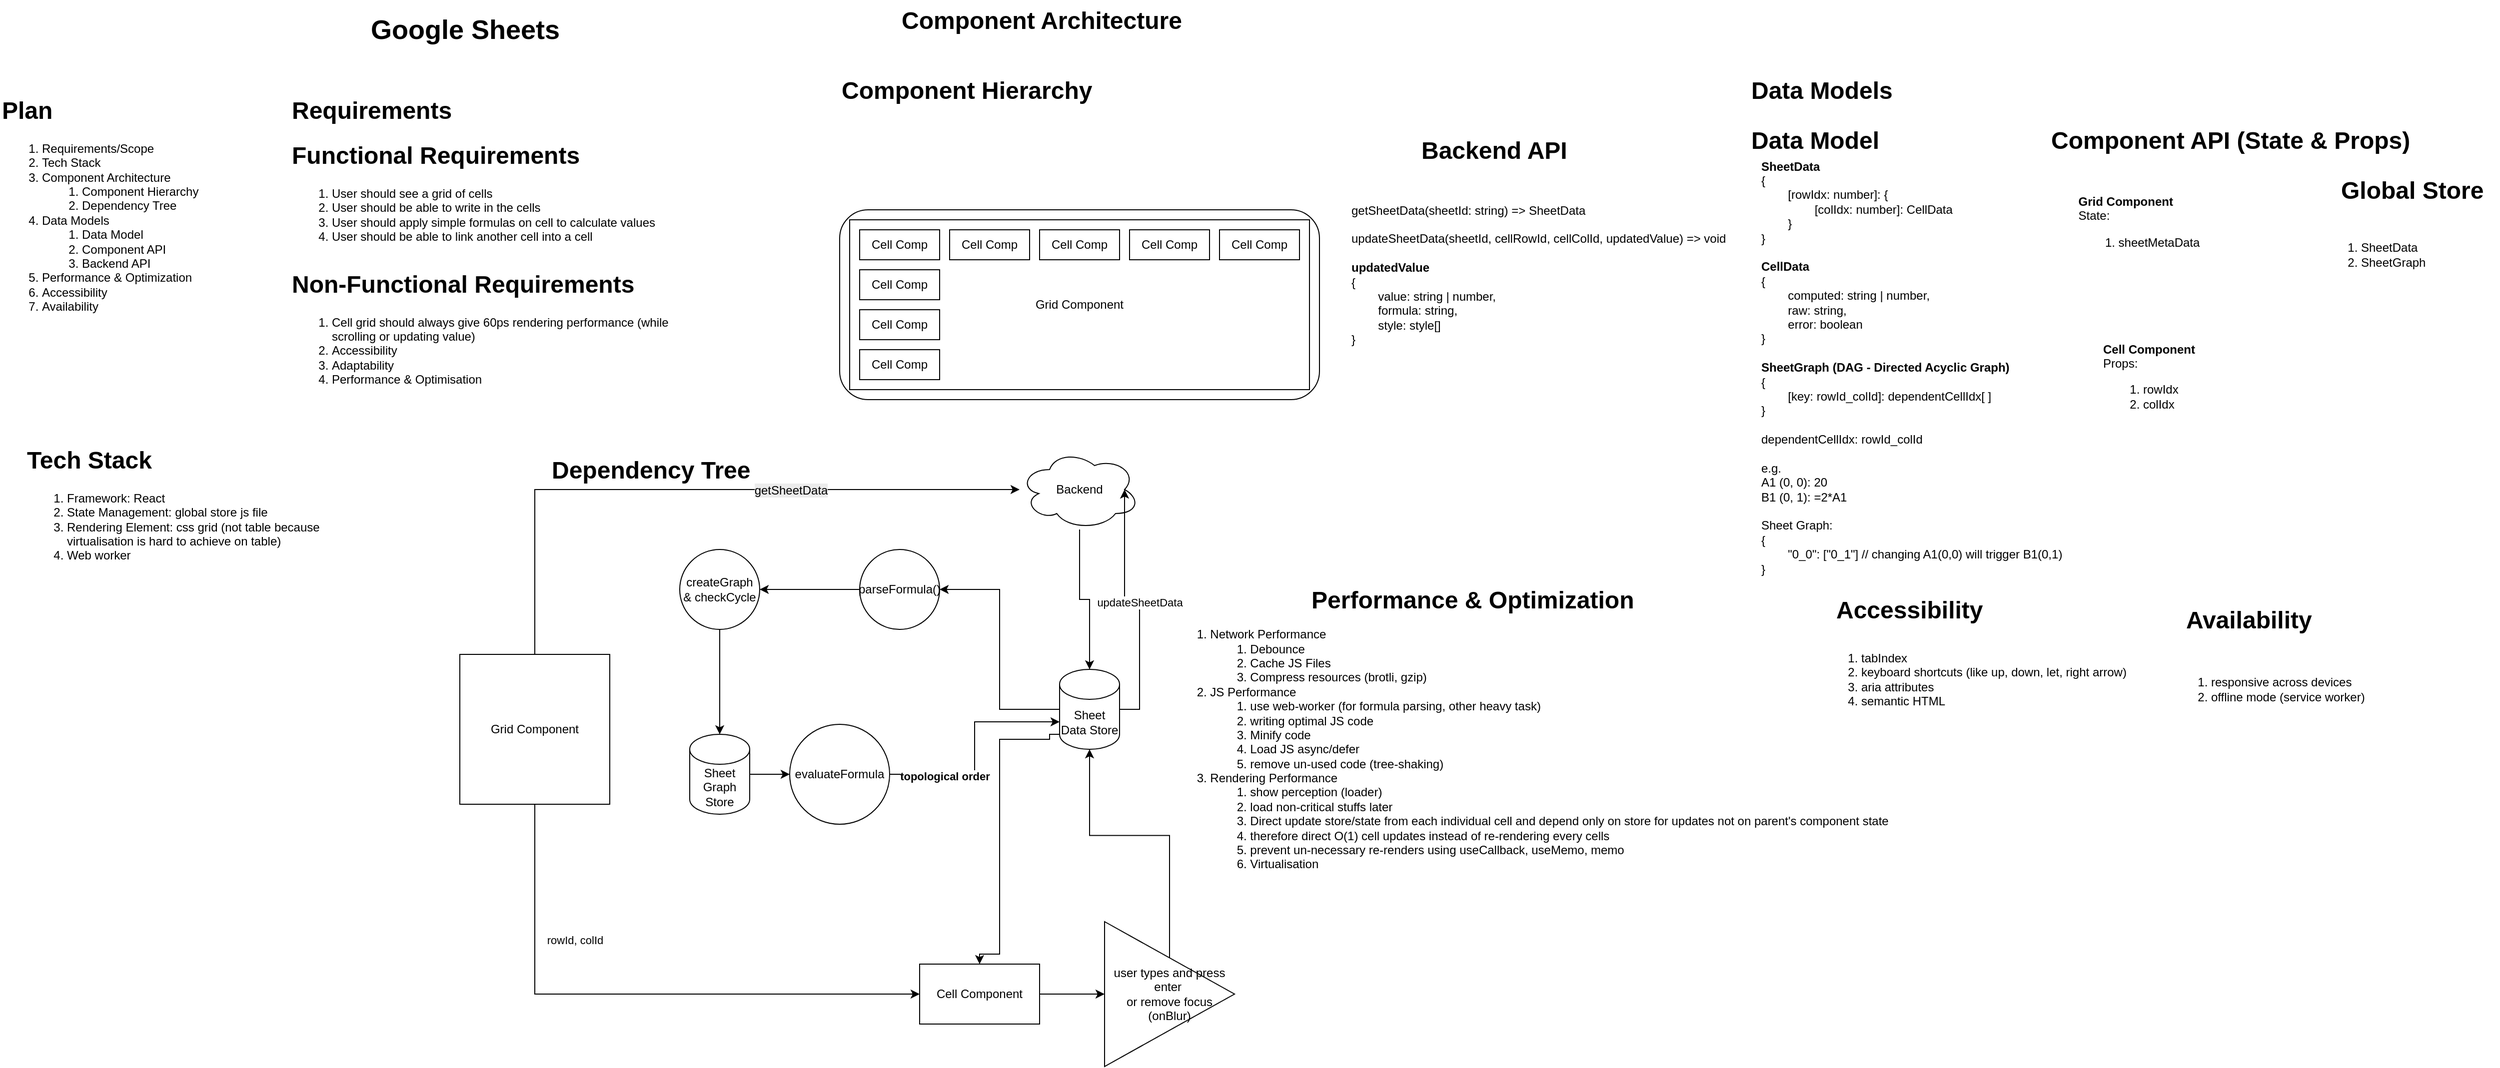
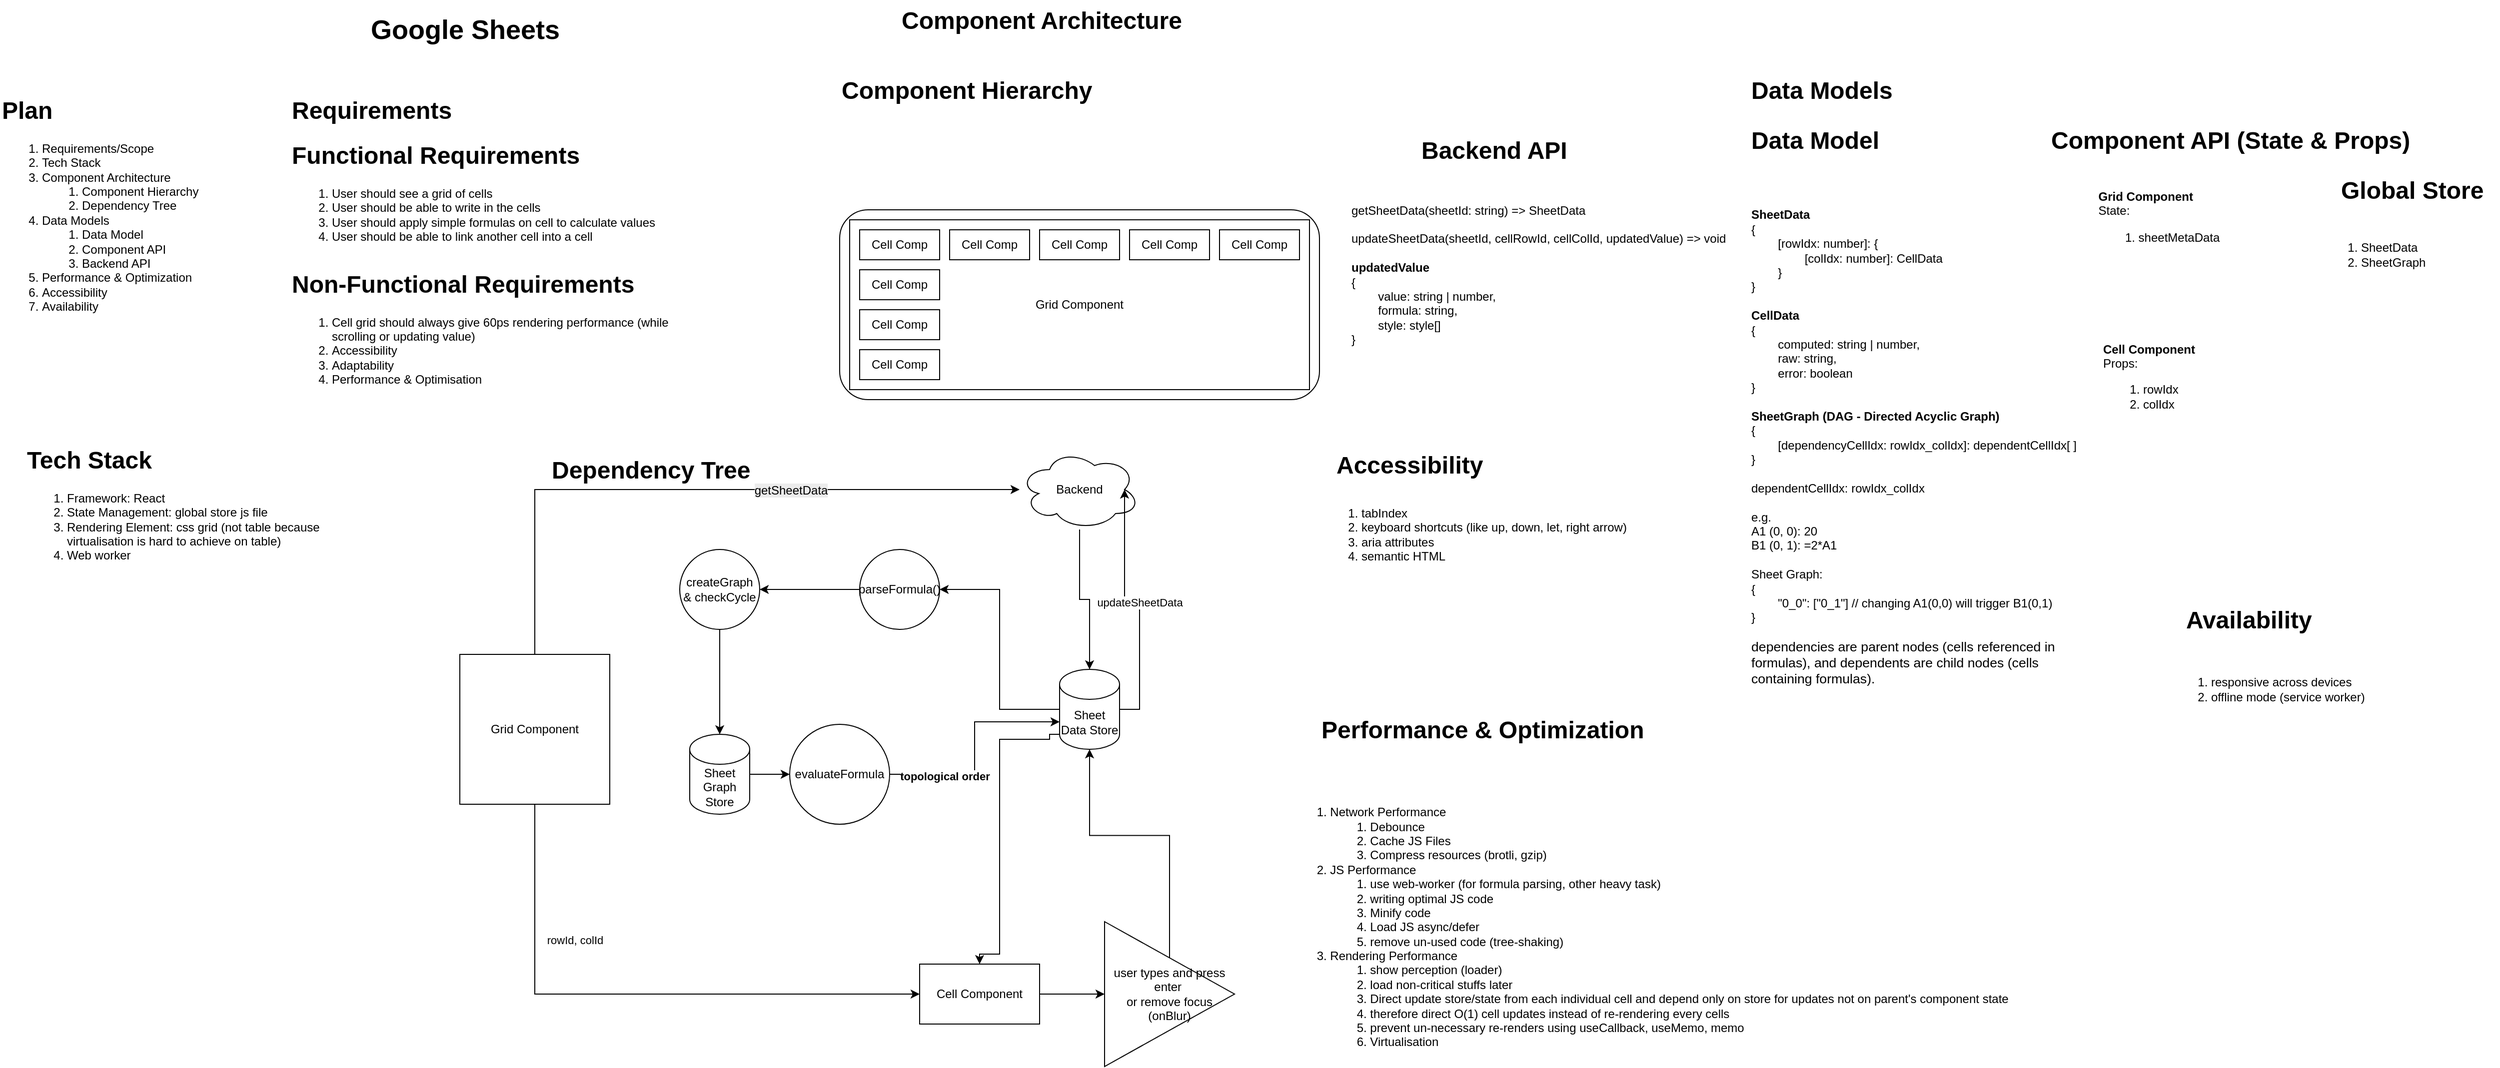
<mxfile host="app.diagrams.net">
  <diagram name="Page-1" id="GZXPSmaVhjIoUHQAW1LW">
-     <mxGraphModel dx="1991" dy="1400" grid="1" gridSize="10" guides="1" tooltips="1" connect="1" arrows="1" fold="1" page="1" pageScale="1" pageWidth="850" pageHeight="1100" math="0" shadow="0">
+     <mxGraphModel dx="2157" dy="1517" grid="1" gridSize="10" guides="1" tooltips="1" connect="1" arrows="1" fold="1" page="1" pageScale="1" pageWidth="850" pageHeight="1100" math="0" shadow="0">
      <root>
        <mxCell id="0" />
        <mxCell id="1" parent="0" />
        <mxCell id="v2OB34sA-GqR4EwWEd6K-1" parent="1" style="text;strokeColor=none;fillColor=none;html=1;fontSize=27;fontStyle=1;verticalAlign=middle;align=center;autosizeText=1;" value="Google Sheets" vertex="1">
          <mxGeometry height="40" width="230" x="360" y="10" as="geometry" />
        </mxCell>
        <mxCell id="v2OB34sA-GqR4EwWEd6K-2" parent="1" style="text;html=1;whiteSpace=wrap;overflow=hidden;rounded=0;" value="&lt;h1 style=&quot;margin-top: 0px;&quot;&gt;Requirements&lt;/h1&gt;&lt;h1 style=&quot;margin-top: 0px;&quot;&gt;Functional Requirements&lt;/h1&gt;&lt;div&gt;&lt;ol&gt;&lt;li&gt;User should see a grid of cells&lt;/li&gt;&lt;li&gt;User should be able to write in the cells&lt;/li&gt;&lt;li&gt;User should apply simple formulas on cell to calculate values&lt;/li&gt;&lt;li&gt;User should be able to link another cell into a cell&lt;/li&gt;&lt;/ol&gt;&lt;div&gt;&lt;br&gt;&lt;/div&gt;&lt;/div&gt;&lt;div&gt;&lt;h1 style=&quot;margin-top: 0px;&quot;&gt;Non-Functional Requirements&lt;/h1&gt;&lt;div&gt;&lt;ol&gt;&lt;li&gt;Cell grid should always give 60ps rendering performance (while scrolling or updating value)&lt;/li&gt;&lt;li&gt;Accessibility&lt;/li&gt;&lt;li&gt;Adaptability&lt;/li&gt;&lt;li&gt;Performance &amp;amp; Optimisation&lt;/li&gt;&lt;/ol&gt;&lt;/div&gt;&lt;div&gt;&lt;ol&gt;&lt;/ol&gt;&lt;/div&gt;&lt;/div&gt;" vertex="1">
          <mxGeometry height="370" width="390" x="300" y="90" as="geometry" />
        </mxCell>
        <mxCell id="v2OB34sA-GqR4EwWEd6K-3" parent="1" style="text;html=1;whiteSpace=wrap;overflow=hidden;rounded=0;" value="&lt;h1 style=&quot;margin-top: 0px;&quot;&gt;Plan&lt;/h1&gt;&lt;p&gt;&lt;/p&gt;&lt;ol&gt;&lt;li&gt;Requirements/Scope&lt;/li&gt;&lt;li&gt;Tech Stack&lt;/li&gt;&lt;li&gt;Component Architecture&lt;/li&gt;&lt;ol&gt;&lt;li&gt;Component Hierarchy&lt;/li&gt;&lt;li&gt;Dependency Tree&lt;/li&gt;&lt;/ol&gt;&lt;li&gt;Data Models&lt;/li&gt;&lt;ol&gt;&lt;li&gt;Data Model&lt;/li&gt;&lt;li&gt;Component API&lt;/li&gt;&lt;li&gt;Backend API&lt;/li&gt;&lt;/ol&gt;&lt;li&gt;Performance &amp;amp; Optimization&amp;nbsp;&lt;/li&gt;&lt;li&gt;Accessibility&lt;/li&gt;&lt;li&gt;Availability&lt;/li&gt;&lt;/ol&gt;&lt;p&gt;&lt;/p&gt;" vertex="1">
          <mxGeometry height="230" width="230" x="10" y="90" as="geometry" />
        </mxCell>
        <mxCell id="v2OB34sA-GqR4EwWEd6K-4" parent="1" style="text;html=1;whiteSpace=wrap;overflow=hidden;rounded=0;" value="&lt;h1 style=&quot;margin-top: 0px;&quot;&gt;Tech Stack&lt;/h1&gt;&lt;p&gt;&lt;/p&gt;&lt;ol&gt;&lt;li&gt;Framework: React&lt;/li&gt;&lt;li&gt;State Management: global store js file&lt;/li&gt;&lt;li&gt;Rendering Element: css grid (not table because virtualisation is hard to achieve on table)&lt;/li&gt;&lt;li&gt;Web worker&lt;/li&gt;&lt;/ol&gt;&lt;p&gt;&lt;/p&gt;" vertex="1">
          <mxGeometry height="180" width="305" x="35" y="440" as="geometry" />
        </mxCell>
        <mxCell id="v2OB34sA-GqR4EwWEd6K-5" parent="1" style="text;whiteSpace=wrap;html=1;" value="&lt;h1 style=&quot;caret-color: rgb(0, 0, 0); color: rgb(0, 0, 0); font-family: Helvetica; font-style: normal; font-variant-caps: normal; letter-spacing: normal; orphans: 2; text-align: left; text-indent: 0px; text-transform: none; white-space: normal; widows: 2; word-spacing: 0px; -webkit-text-stroke-width: 0px; text-decoration-line: none; text-decoration-thickness: auto; text-decoration-style: solid; margin-top: 0px;&quot;&gt;Component Architecture&amp;nbsp;&lt;/h1&gt;" vertex="1">
          <mxGeometry height="40" width="310" x="910" as="geometry" />
        </mxCell>
        <mxCell id="v2OB34sA-GqR4EwWEd6K-6" parent="1" style="text;whiteSpace=wrap;html=1;" value="&lt;h1 style=&quot;caret-color: rgb(0, 0, 0); color: rgb(0, 0, 0); font-family: Helvetica; font-style: normal; font-variant-caps: normal; letter-spacing: normal; orphans: 2; text-align: left; text-indent: 0px; text-transform: none; white-space: normal; widows: 2; word-spacing: 0px; -webkit-text-stroke-width: 0px; text-decoration-line: none; text-decoration-thickness: auto; text-decoration-style: solid; margin-top: 0px;&quot;&gt;Component Hierarchy &amp;nbsp;&lt;/h1&gt;" vertex="1">
          <mxGeometry height="40" width="310" x="850" y="70" as="geometry" />
        </mxCell>
        <mxCell id="v2OB34sA-GqR4EwWEd6K-7" parent="1" style="rounded=1;whiteSpace=wrap;html=1;" value="" vertex="1">
          <mxGeometry height="190" width="480" x="850" y="210" as="geometry" />
        </mxCell>
        <mxCell id="v2OB34sA-GqR4EwWEd6K-9" parent="1" style="rounded=0;whiteSpace=wrap;html=1;" value="Grid Component" vertex="1">
          <mxGeometry height="170" width="460" x="860" y="220" as="geometry" />
        </mxCell>
        <mxCell id="v2OB34sA-GqR4EwWEd6K-11" parent="1" style="rounded=0;whiteSpace=wrap;html=1;" value="Cell Comp" vertex="1">
          <mxGeometry height="30" width="80" x="870" y="230" as="geometry" />
        </mxCell>
        <mxCell id="v2OB34sA-GqR4EwWEd6K-12" parent="1" style="rounded=0;whiteSpace=wrap;html=1;" value="Cell Comp" vertex="1">
          <mxGeometry height="30" width="80" x="960" y="230" as="geometry" />
        </mxCell>
        <mxCell id="v2OB34sA-GqR4EwWEd6K-13" parent="1" style="rounded=0;whiteSpace=wrap;html=1;" value="Cell Comp" vertex="1">
          <mxGeometry height="30" width="80" x="1050" y="230" as="geometry" />
        </mxCell>
        <mxCell id="v2OB34sA-GqR4EwWEd6K-14" parent="1" style="rounded=0;whiteSpace=wrap;html=1;" value="Cell Comp" vertex="1">
          <mxGeometry height="30" width="80" x="1140" y="230" as="geometry" />
        </mxCell>
        <mxCell id="v2OB34sA-GqR4EwWEd6K-15" parent="1" style="rounded=0;whiteSpace=wrap;html=1;" value="Cell Comp" vertex="1">
          <mxGeometry height="30" width="80" x="1230" y="230" as="geometry" />
        </mxCell>
        <mxCell id="v2OB34sA-GqR4EwWEd6K-16" parent="1" style="rounded=0;whiteSpace=wrap;html=1;" value="Cell Comp" vertex="1">
          <mxGeometry height="30" width="80" x="870" y="270" as="geometry" />
        </mxCell>
        <mxCell id="v2OB34sA-GqR4EwWEd6K-17" parent="1" style="rounded=0;whiteSpace=wrap;html=1;" value="Cell Comp" vertex="1">
          <mxGeometry height="30" width="80" x="870" y="310" as="geometry" />
        </mxCell>
        <mxCell id="v2OB34sA-GqR4EwWEd6K-18" parent="1" style="rounded=0;whiteSpace=wrap;html=1;" value="Cell Comp" vertex="1">
          <mxGeometry height="30" width="80" x="870" y="350" as="geometry" />
        </mxCell>
        <mxCell id="v2OB34sA-GqR4EwWEd6K-19" parent="1" style="text;whiteSpace=wrap;html=1;" value="&lt;h1 style=&quot;caret-color: rgb(0, 0, 0); color: rgb(0, 0, 0); font-family: Helvetica; font-style: normal; font-variant-caps: normal; letter-spacing: normal; orphans: 2; text-align: left; text-indent: 0px; text-transform: none; white-space: normal; widows: 2; word-spacing: 0px; -webkit-text-stroke-width: 0px; text-decoration-line: none; text-decoration-thickness: auto; text-decoration-style: solid; margin-top: 0px;&quot;&gt;Dependency Tree&lt;/h1&gt;" vertex="1">
          <mxGeometry height="40" width="220" x="560" y="450" as="geometry" />
        </mxCell>
        <mxCell id="v2OB34sA-GqR4EwWEd6K-20" parent="1" style="text;whiteSpace=wrap;html=1;" value="&lt;h1 style=&quot;caret-color: rgb(0, 0, 0); color: rgb(0, 0, 0); font-family: Helvetica; font-style: normal; font-variant-caps: normal; letter-spacing: normal; orphans: 2; text-align: left; text-indent: 0px; text-transform: none; white-space: normal; widows: 2; word-spacing: 0px; -webkit-text-stroke-width: 0px; text-decoration-line: none; text-decoration-thickness: auto; text-decoration-style: solid; margin-top: 0px;&quot;&gt;Data Models&lt;/h1&gt;" vertex="1">
          <mxGeometry height="40" width="310" x="1760" y="70" as="geometry" />
        </mxCell>
        <mxCell id="v2OB34sA-GqR4EwWEd6K-21" parent="1" style="text;whiteSpace=wrap;html=1;" value="&lt;h1 style=&quot;caret-color: rgb(0, 0, 0); color: rgb(0, 0, 0); font-family: Helvetica; font-style: normal; font-variant-caps: normal; letter-spacing: normal; orphans: 2; text-align: left; text-indent: 0px; text-transform: none; white-space: normal; widows: 2; word-spacing: 0px; -webkit-text-stroke-width: 0px; text-decoration-line: none; text-decoration-thickness: auto; text-decoration-style: solid; margin-top: 0px;&quot;&gt;Backend API&lt;/h1&gt;" vertex="1">
          <mxGeometry height="40" width="310" x="1430" y="130" as="geometry" />
        </mxCell>
        <mxCell id="v2OB34sA-GqR4EwWEd6K-22" parent="1" style="text;html=1;whiteSpace=wrap;strokeColor=none;fillColor=none;align=left;verticalAlign=middle;rounded=0;autosize=1;resizable=0;" value="&lt;div&gt;getSheetData(sheetId: string) =&amp;gt;&amp;nbsp;SheetData&lt;/div&gt;&lt;div&gt;&lt;br&gt;&lt;/div&gt;&lt;div&gt;updateSheetData(sheetId, cellRowId, cellColId, updatedValue) =&amp;gt; void&lt;/div&gt;&lt;div&gt;&lt;br&gt;&lt;/div&gt;&lt;div&gt;&lt;b&gt;updatedValue&lt;/b&gt;&lt;br&gt;&lt;/div&gt;&lt;div&gt;{&lt;/div&gt;&lt;div&gt;&lt;span style=&quot;white-space: pre;&quot;&gt;&#x9;&lt;/span&gt;&lt;span style=&quot;white-space: pre;&quot;&gt;value: string | number,&lt;/span&gt;&lt;br&gt;&lt;/div&gt;&lt;div&gt;&lt;span style=&quot;white-space: pre;&quot;&gt;&#x9;formula: string,&lt;/span&gt;&lt;/div&gt;&lt;div&gt;&lt;span style=&quot;white-space: pre;&quot;&gt;&#x9;style: style[]&lt;/span&gt;&lt;/div&gt;&lt;div&gt;}&lt;/div&gt;" vertex="1">
          <mxGeometry height="150" width="400" x="1360" y="200" as="geometry" />
        </mxCell>
        <mxCell id="v2OB34sA-GqR4EwWEd6K-24" parent="1" style="text;whiteSpace=wrap;html=1;" value="&lt;h1 style=&quot;caret-color: rgb(0, 0, 0); color: rgb(0, 0, 0); font-family: Helvetica; font-style: normal; font-variant-caps: normal; letter-spacing: normal; orphans: 2; text-align: left; text-indent: 0px; text-transform: none; white-space: normal; widows: 2; word-spacing: 0px; -webkit-text-stroke-width: 0px; text-decoration-line: none; text-decoration-thickness: auto; text-decoration-style: solid; margin-top: 0px;&quot;&gt;Data Model&lt;/h1&gt;" vertex="1">
          <mxGeometry height="40" width="180" x="1760" y="120" as="geometry" />
        </mxCell>
-         <mxCell id="v2OB34sA-GqR4EwWEd6K-25" parent="1" style="text;html=1;whiteSpace=wrap;strokeColor=none;fillColor=none;align=left;verticalAlign=middle;rounded=0;" value="&lt;div&gt;&lt;b&gt;SheetData&lt;/b&gt;&lt;/div&gt;{&lt;br&gt;&lt;div&gt;&lt;span style=&quot;white-space: pre;&quot;&gt;&#x9;[rowIdx: number]: {&lt;/span&gt;&lt;/div&gt;&lt;div&gt;&lt;span style=&quot;white-space: pre;&quot;&gt;&#x9;&#x9;[colIdx&lt;/span&gt;&lt;span style=&quot;white-space: pre;&quot;&gt;: number&lt;/span&gt;&lt;span style=&quot;white-space: pre;&quot;&gt;]: &lt;/span&gt;CellData&lt;/div&gt;&lt;div&gt;&lt;span style=&quot;white-space: pre;&quot;&gt;&#x9;}&lt;/span&gt;&lt;/div&gt;&lt;div&gt;}&lt;/div&gt;&lt;div&gt;&lt;br&gt;&lt;/div&gt;&lt;div&gt;&lt;b&gt;CellData&lt;/b&gt;&lt;/div&gt;&lt;div&gt;&lt;div&gt;&lt;span style=&quot;white-space: pre;&quot;&gt;{&lt;/span&gt;&lt;/div&gt;&lt;/div&gt;&lt;div&gt;&lt;span style=&quot;white-space: pre;&quot;&gt;&#x9;computed: string | number,&lt;/span&gt;&lt;br&gt;&lt;/div&gt;&lt;div&gt;&lt;span style=&quot;white-space: pre;&quot;&gt;&#x9;raw: string,&lt;/span&gt;&lt;br&gt;&lt;/div&gt;&lt;div&gt;&lt;span style=&quot;white-space: pre;&quot;&gt;&#x9;&lt;/span&gt;&lt;span style=&quot;white-space: pre;&quot;&gt;error: boolean&lt;/span&gt;&lt;br&gt;&lt;/div&gt;&lt;div&gt;&lt;div&gt;&lt;span style=&quot;white-space: pre;&quot;&gt;}&lt;/span&gt;&lt;/div&gt;&lt;/div&gt;&lt;div&gt;&lt;br&gt;&lt;/div&gt;&lt;div&gt;&lt;b&gt;SheetGraph (DAG - Directed Acyclic Graph)&lt;/b&gt;&lt;/div&gt;&lt;div&gt;{&lt;/div&gt;&lt;div&gt;&lt;span style=&quot;white-space: pre;&quot;&gt;&#x9;[key: rowId_colId]: dependentCellIdx[ ]&lt;/span&gt;&lt;br&gt;&lt;/div&gt;&lt;div&gt;}&lt;/div&gt;&lt;div&gt;&lt;br&gt;&lt;/div&gt;&lt;div&gt;&lt;span style=&quot;white-space: pre;&quot;&gt;dependentCellIdx: &lt;/span&gt;&lt;span style=&quot;white-space: pre;&quot;&gt;rowId_colId&lt;/span&gt;&lt;/div&gt;&lt;div&gt;&lt;span style=&quot;white-space: pre;&quot;&gt;&lt;br&gt;&lt;/span&gt;&lt;/div&gt;&lt;div&gt;&lt;span style=&quot;white-space: pre;&quot;&gt;e.g.&lt;/span&gt;&lt;/div&gt;&lt;div&gt;&lt;span style=&quot;white-space: pre;&quot;&gt;A1 (0, 0): 20&lt;/span&gt;&lt;/div&gt;&lt;div&gt;&lt;span style=&quot;white-space: pre;&quot;&gt;B1 (0, 1): =2*A1&lt;/span&gt;&lt;/div&gt;&lt;div&gt;&lt;span style=&quot;white-space: pre;&quot;&gt;&lt;br&gt;&lt;/span&gt;&lt;/div&gt;&lt;div&gt;&lt;span style=&quot;white-space: pre;&quot;&gt;Sheet Graph: &lt;/span&gt;&lt;/div&gt;&lt;div&gt;&lt;span style=&quot;white-space: pre;&quot;&gt;{&lt;/span&gt;&lt;/div&gt;&lt;div&gt;&lt;span style=&quot;white-space: pre;&quot;&gt;&lt;span style=&quot;white-space: pre;&quot;&gt;&#x9;&quot;0_0&quot;: [&quot;0_1&quot;] // changing A1(0,0) will trigger B1(0,1)&lt;/span&gt;&lt;br&gt;&lt;/span&gt;&lt;/div&gt;&lt;div&gt;&lt;span style=&quot;white-space: pre;&quot;&gt;}&lt;/span&gt;&lt;/div&gt;&lt;div&gt;&lt;span style=&quot;white-space: pre;&quot;&gt;&lt;br&gt;&lt;/span&gt;&lt;/div&gt;" vertex="1">
-           <mxGeometry height="370" width="310" x="1770" y="190" as="geometry" />
+         <mxCell id="v2OB34sA-GqR4EwWEd6K-25" parent="1" style="text;html=1;whiteSpace=wrap;strokeColor=none;fillColor=none;align=left;verticalAlign=middle;rounded=0;" value="&lt;div&gt;&lt;b&gt;SheetData&lt;/b&gt;&lt;/div&gt;{&lt;br&gt;&lt;div&gt;&lt;span style=&quot;white-space: pre;&quot;&gt;&#x9;[rowIdx: number]: {&lt;/span&gt;&lt;/div&gt;&lt;div&gt;&lt;span style=&quot;white-space: pre;&quot;&gt;&#x9;&#x9;[colIdx&lt;/span&gt;&lt;span style=&quot;white-space: pre;&quot;&gt;: number&lt;/span&gt;&lt;span style=&quot;white-space: pre;&quot;&gt;]: &lt;/span&gt;CellData&lt;/div&gt;&lt;div&gt;&lt;span style=&quot;white-space: pre;&quot;&gt;&#x9;}&lt;/span&gt;&lt;/div&gt;&lt;div&gt;}&lt;/div&gt;&lt;div&gt;&lt;br&gt;&lt;/div&gt;&lt;div&gt;&lt;b&gt;CellData&lt;/b&gt;&lt;/div&gt;&lt;div&gt;&lt;div&gt;&lt;span style=&quot;white-space: pre;&quot;&gt;{&lt;/span&gt;&lt;/div&gt;&lt;/div&gt;&lt;div&gt;&lt;span style=&quot;white-space: pre;&quot;&gt;&#x9;computed: string | number,&lt;/span&gt;&lt;br&gt;&lt;/div&gt;&lt;div&gt;&lt;span style=&quot;white-space: pre;&quot;&gt;&#x9;raw: string,&lt;/span&gt;&lt;br&gt;&lt;/div&gt;&lt;div&gt;&lt;span style=&quot;white-space: pre;&quot;&gt;&#x9;&lt;/span&gt;&lt;span style=&quot;white-space: pre;&quot;&gt;error: boolean&lt;/span&gt;&lt;br&gt;&lt;/div&gt;&lt;div&gt;&lt;div&gt;&lt;span style=&quot;white-space: pre;&quot;&gt;}&lt;/span&gt;&lt;/div&gt;&lt;/div&gt;&lt;div&gt;&lt;br&gt;&lt;/div&gt;&lt;div&gt;&lt;b&gt;SheetGraph (DAG - Directed Acyclic Graph)&lt;/b&gt;&lt;/div&gt;&lt;div&gt;{&lt;/div&gt;&lt;div&gt;&lt;span style=&quot;white-space: pre;&quot;&gt;&#x9;[dependencyCellIdx: rowIdx_colIdx]: dependentCellIdx[ ]&lt;/span&gt;&lt;br&gt;&lt;/div&gt;&lt;div&gt;}&lt;/div&gt;&lt;div&gt;&lt;br&gt;&lt;/div&gt;&lt;div&gt;&lt;span style=&quot;white-space: pre;&quot;&gt;dependentCellIdx: &lt;/span&gt;&lt;span style=&quot;white-space: pre;&quot;&gt;rowIdx_colIdx&lt;/span&gt;&lt;/div&gt;&lt;div&gt;&lt;span style=&quot;white-space: pre;&quot;&gt;&lt;br&gt;&lt;/span&gt;&lt;/div&gt;&lt;div&gt;&lt;span style=&quot;white-space: pre;&quot;&gt;e.g.&lt;/span&gt;&lt;/div&gt;&lt;div&gt;&lt;span style=&quot;white-space: pre;&quot;&gt;A1 (0, 0): 20&lt;/span&gt;&lt;/div&gt;&lt;div&gt;&lt;span style=&quot;white-space: pre;&quot;&gt;B1 (0, 1): =2*A1&lt;/span&gt;&lt;/div&gt;&lt;div&gt;&lt;span style=&quot;white-space: pre;&quot;&gt;&lt;br&gt;&lt;/span&gt;&lt;/div&gt;&lt;div&gt;&lt;span style=&quot;white-space: pre;&quot;&gt;Sheet Graph: &lt;/span&gt;&lt;/div&gt;&lt;div&gt;&lt;span style=&quot;white-space: pre;&quot;&gt;{&lt;/span&gt;&lt;/div&gt;&lt;div&gt;&lt;span style=&quot;white-space: pre;&quot;&gt;&lt;span style=&quot;white-space: pre;&quot;&gt;&#x9;&quot;0_0&quot;: [&quot;0_1&quot;] // changing A1(0,0) will trigger B1(0,1)&lt;/span&gt;&lt;br&gt;&lt;/span&gt;&lt;/div&gt;&lt;div&gt;&lt;span style=&quot;white-space: pre;&quot;&gt;}&lt;/span&gt;&lt;/div&gt;&lt;div&gt;&lt;span style=&quot;white-space: pre;&quot;&gt;&lt;br&gt;&lt;/span&gt;&lt;/div&gt;&lt;div&gt;&lt;span id=&quot;docs-internal-guid-1a69c4c2-7fff-7107-845b-090d13f4a143&quot;&gt;&lt;span style=&quot;font-size: 10pt; font-family: Arial, sans-serif; font-variant-ligatures: normal; font-variant-alternates: normal; font-variant-numeric: normal; font-variant-east-asian: normal; font-variant-position: normal; vertical-align: baseline; white-space: pre-wrap;&quot;&gt;dependencies are parent nodes (cells referenced in formulas), and dependents are child nodes (cells containing formulas).&lt;/span&gt;&lt;/span&gt;&lt;span style=&quot;white-space: pre;&quot;&gt;&lt;br&gt;&lt;/span&gt;&lt;/div&gt;&lt;div&gt;&lt;span style=&quot;white-space: pre;&quot;&gt;&lt;br&gt;&lt;/span&gt;&lt;/div&gt;" vertex="1">
+           <mxGeometry height="540" width="330" x="1760" y="185" as="geometry" />
        </mxCell>
        <mxCell id="v2OB34sA-GqR4EwWEd6K-27" parent="1" style="text;whiteSpace=wrap;html=1;" value="&lt;h1 style=&quot;caret-color: rgb(0, 0, 0); color: rgb(0, 0, 0); font-family: Helvetica; font-style: normal; font-variant-caps: normal; letter-spacing: normal; orphans: 2; text-align: left; text-indent: 0px; text-transform: none; white-space: normal; widows: 2; word-spacing: 0px; -webkit-text-stroke-width: 0px; text-decoration-line: none; text-decoration-thickness: auto; text-decoration-style: solid; margin-top: 0px;&quot;&gt;Component API (State &amp;amp; Props)&lt;/h1&gt;" vertex="1">
          <mxGeometry height="40" width="370" x="2060" y="120" as="geometry" />
        </mxCell>
        <mxCell id="v2OB34sA-GqR4EwWEd6K-30" parent="1" style="text;html=1;whiteSpace=wrap;strokeColor=none;fillColor=none;align=center;verticalAlign=middle;rounded=0;autosize=1;resizable=0;" value="&lt;div style=&quot;text-align: left;&quot;&gt;&lt;b&gt;Grid Component&lt;/b&gt;&lt;/div&gt;&lt;div style=&quot;text-align: left;&quot;&gt;State:&lt;/div&gt;&lt;div style=&quot;text-align: left;&quot;&gt;&lt;ol&gt;&lt;li&gt;sheetMetaData&lt;/li&gt;&lt;/ol&gt;&lt;/div&gt;&lt;div&gt;&lt;br&gt;&lt;/div&gt;" vertex="1">
-           <mxGeometry height="90" width="140" x="2080" y="190" as="geometry" />
+           <mxGeometry height="90" width="140" x="2100" y="185" as="geometry" />
        </mxCell>
        <mxCell id="v2OB34sA-GqR4EwWEd6K-32" parent="1" style="text;html=1;whiteSpace=wrap;strokeColor=none;fillColor=none;align=center;verticalAlign=middle;rounded=0;autosize=1;resizable=0;" value="&lt;div style=&quot;text-align: left;&quot;&gt;&lt;b&gt;Cell Component&lt;/b&gt;&lt;/div&gt;&lt;div style=&quot;text-align: left;&quot;&gt;Props:&lt;br&gt;&lt;/div&gt;&lt;div style=&quot;&quot;&gt;&lt;ol&gt;&lt;li style=&quot;text-align: left;&quot;&gt;rowIdx&lt;/li&gt;&lt;li style=&quot;text-align: left;&quot;&gt;colIdx&lt;/li&gt;&lt;/ol&gt;&lt;/div&gt;&lt;div&gt;&lt;br&gt;&lt;/div&gt;" vertex="1">
          <mxGeometry height="110" width="120" x="2100" y="335" as="geometry" />
        </mxCell>
        <mxCell id="v2OB34sA-GqR4EwWEd6K-33" parent="1" style="text;whiteSpace=wrap;html=1;" value="&lt;h1 style=&quot;caret-color: rgb(0, 0, 0); color: rgb(0, 0, 0); font-family: Helvetica; font-style: normal; font-variant-caps: normal; letter-spacing: normal; orphans: 2; text-align: left; text-indent: 0px; text-transform: none; white-space: normal; widows: 2; word-spacing: 0px; -webkit-text-stroke-width: 0px; text-decoration-line: none; text-decoration-thickness: auto; text-decoration-style: solid; margin-top: 0px;&quot;&gt;Global Store&lt;/h1&gt;" vertex="1">
          <mxGeometry height="40" width="160" x="2350" y="170" as="geometry" />
        </mxCell>
        <mxCell id="v2OB34sA-GqR4EwWEd6K-34" parent="1" style="text;html=1;whiteSpace=wrap;strokeColor=none;fillColor=none;align=left;verticalAlign=middle;rounded=0;autosize=1;resizable=0;" value="&lt;div style=&quot;&quot;&gt;&lt;ol&gt;&lt;li&gt;SheetData&lt;br&gt;&lt;/li&gt;&lt;li&gt;SheetGraph&lt;br&gt;&lt;/li&gt;&lt;/ol&gt;&lt;/div&gt;" vertex="1">
          <mxGeometry height="70" width="130" x="2330" y="220" as="geometry" />
        </mxCell>
        <mxCell id="v2OB34sA-GqR4EwWEd6K-46" edge="1" parent="1" source="v2OB34sA-GqR4EwWEd6K-36" style="edgeStyle=orthogonalEdgeStyle;rounded=0;orthogonalLoop=1;jettySize=auto;html=1;entryX=0;entryY=0.5;entryDx=0;entryDy=0;exitX=0.5;exitY=1;exitDx=0;exitDy=0;" target="v2OB34sA-GqR4EwWEd6K-45">
          <mxGeometry relative="1" as="geometry" />
        </mxCell>
        <mxCell id="v2OB34sA-GqR4EwWEd6K-47" connectable="0" parent="v2OB34sA-GqR4EwWEd6K-46" style="edgeLabel;html=1;align=center;verticalAlign=middle;resizable=0;points=[];" value="rowId, colId" vertex="1">
          <mxGeometry relative="1" x="-0.2032" y="-1" as="geometry">
            <mxPoint x="1" y="-55" as="offset" />
          </mxGeometry>
        </mxCell>
        <mxCell id="v2OB34sA-GqR4EwWEd6K-36" parent="1" style="whiteSpace=wrap;html=1;aspect=fixed;" value="Grid Component" vertex="1">
          <mxGeometry height="150" width="150" x="470" y="655" as="geometry" />
        </mxCell>
        <mxCell id="v2OB34sA-GqR4EwWEd6K-39" edge="1" parent="1" source="v2OB34sA-GqR4EwWEd6K-36" style="edgeStyle=orthogonalEdgeStyle;rounded=0;orthogonalLoop=1;jettySize=auto;html=1;entryX=0;entryY=0.5;entryDx=0;entryDy=0;entryPerimeter=0;exitX=0.5;exitY=0;exitDx=0;exitDy=0;" target="v2OB34sA-GqR4EwWEd6K-38" value="">
          <mxGeometry relative="1" as="geometry">
            <mxPoint x="705" y="650" as="sourcePoint" />
            <mxPoint x="975" y="570" as="targetPoint" />
          </mxGeometry>
        </mxCell>
        <mxCell id="v2OB34sA-GqR4EwWEd6K-53" connectable="0" parent="v2OB34sA-GqR4EwWEd6K-39" style="edgeLabel;html=1;align=center;verticalAlign=middle;resizable=0;points=[];" value="&lt;span style=&quot;font-size: 12px; text-align: left; white-space: normal; background-color: rgb(236, 236, 236);&quot;&gt;getSheetData&lt;/span&gt;" vertex="1">
          <mxGeometry relative="1" x="0.2935" y="-1" as="geometry">
            <mxPoint as="offset" />
          </mxGeometry>
        </mxCell>
        <mxCell id="v2OB34sA-GqR4EwWEd6K-38" parent="1" style="ellipse;shape=cloud;whiteSpace=wrap;html=1;" value="Backend" vertex="1">
          <mxGeometry height="80" width="120" x="1030" y="450" as="geometry" />
        </mxCell>
        <mxCell id="v2OB34sA-GqR4EwWEd6K-50" edge="1" parent="1" source="v2OB34sA-GqR4EwWEd6K-41" style="edgeStyle=orthogonalEdgeStyle;rounded=0;orthogonalLoop=1;jettySize=auto;html=1;entryX=0.5;entryY=0;entryDx=0;entryDy=0;exitX=0;exitY=1;exitDx=0;exitDy=-15;exitPerimeter=0;" target="v2OB34sA-GqR4EwWEd6K-45" value="">
          <mxGeometry relative="1" as="geometry">
            <Array as="points">
              <mxPoint x="1060" y="740" />
              <mxPoint x="1010" y="740" />
              <mxPoint x="1010" y="955" />
              <mxPoint x="990" y="955" />
            </Array>
            <mxPoint x="1050" y="700.0034782608698" as="sourcePoint" />
            <mxPoint x="980" y="954.96" as="targetPoint" />
          </mxGeometry>
        </mxCell>
        <mxCell id="v2OB34sA-GqR4EwWEd6K-65" edge="1" parent="1" source="v2OB34sA-GqR4EwWEd6K-41" style="edgeStyle=orthogonalEdgeStyle;rounded=0;orthogonalLoop=1;jettySize=auto;html=1;entryX=1;entryY=0.5;entryDx=0;entryDy=0;" target="v2OB34sA-GqR4EwWEd6K-64">
          <mxGeometry relative="1" as="geometry" />
        </mxCell>
        <mxCell id="v2OB34sA-GqR4EwWEd6K-41" parent="1" style="shape=cylinder3;whiteSpace=wrap;html=1;boundedLbl=1;backgroundOutline=1;size=15;" value="Sheet Data Store" vertex="1">
          <mxGeometry height="80" width="60" x="1070" y="670" as="geometry" />
        </mxCell>
        <mxCell id="v2OB34sA-GqR4EwWEd6K-67" edge="1" parent="1" source="v2OB34sA-GqR4EwWEd6K-71" style="edgeStyle=orthogonalEdgeStyle;rounded=0;orthogonalLoop=1;jettySize=auto;html=1;entryX=0;entryY=0;entryDx=0;entryDy=52.5;entryPerimeter=0;" target="v2OB34sA-GqR4EwWEd6K-41">
          <mxGeometry relative="1" as="geometry" />
        </mxCell>
        <mxCell id="JV3XtrX8DMK4ZQXM5kw7-1" connectable="0" parent="v2OB34sA-GqR4EwWEd6K-67" style="edgeLabel;html=1;align=center;verticalAlign=middle;resizable=0;points=[];" value="&lt;b&gt;topological order&lt;/b&gt;" vertex="1">
          <mxGeometry relative="1" x="-0.1487" y="2" as="geometry">
            <mxPoint x="-28" y="11" as="offset" />
          </mxGeometry>
        </mxCell>
        <mxCell id="v2OB34sA-GqR4EwWEd6K-42" parent="1" style="shape=cylinder3;whiteSpace=wrap;html=1;boundedLbl=1;backgroundOutline=1;size=15;" value="Sheet Graph Store" vertex="1">
          <mxGeometry height="80" width="60" x="700" y="735" as="geometry" />
        </mxCell>
        <mxCell id="v2OB34sA-GqR4EwWEd6K-43" edge="1" parent="1" source="v2OB34sA-GqR4EwWEd6K-38" style="edgeStyle=orthogonalEdgeStyle;rounded=0;orthogonalLoop=1;jettySize=auto;html=1;entryX=0.5;entryY=0;entryDx=0;entryDy=0;entryPerimeter=0;" target="v2OB34sA-GqR4EwWEd6K-41">
          <mxGeometry relative="1" as="geometry" />
        </mxCell>
        <mxCell id="v2OB34sA-GqR4EwWEd6K-77" edge="1" parent="1" source="v2OB34sA-GqR4EwWEd6K-45" style="edgeStyle=orthogonalEdgeStyle;rounded=0;orthogonalLoop=1;jettySize=auto;html=1;" target="v2OB34sA-GqR4EwWEd6K-76">
          <mxGeometry relative="1" as="geometry" />
        </mxCell>
        <mxCell id="v2OB34sA-GqR4EwWEd6K-45" parent="1" style="rounded=0;whiteSpace=wrap;html=1;" value="Cell Component" vertex="1">
          <mxGeometry height="60" width="120" x="930" y="965" as="geometry" />
        </mxCell>
        <mxCell id="v2OB34sA-GqR4EwWEd6K-54" parent="1" style="text;whiteSpace=wrap;html=1;" value="&lt;h1 style=&quot;caret-color: rgb(0, 0, 0); color: rgb(0, 0, 0); font-family: Helvetica; font-style: normal; font-variant-caps: normal; letter-spacing: normal; orphans: 2; text-align: left; text-indent: 0px; text-transform: none; white-space: normal; widows: 2; word-spacing: 0px; -webkit-text-stroke-width: 0px; text-decoration-line: none; text-decoration-thickness: auto; text-decoration-style: solid; margin-top: 0px;&quot;&gt;Performance &amp;amp; Optimization&amp;nbsp;&lt;/h1&gt;" vertex="1">
-           <mxGeometry height="40" width="360" x="1320" y="580" as="geometry" />
+           <mxGeometry height="40" width="360" x="1330" y="710" as="geometry" />
        </mxCell>
        <mxCell id="v2OB34sA-GqR4EwWEd6K-56" parent="1" style="text;html=1;whiteSpace=wrap;strokeColor=none;fillColor=none;align=center;verticalAlign=middle;rounded=0;autosize=1;resizable=0;" value="&lt;ol&gt;&lt;li style=&quot;text-align: left;&quot;&gt;Network Performance&lt;/li&gt;&lt;ol&gt;&lt;li style=&quot;text-align: left;&quot;&gt;Debounce&lt;/li&gt;&lt;li style=&quot;text-align: left;&quot;&gt;Cache JS Files&lt;/li&gt;&lt;li style=&quot;text-align: left;&quot;&gt;Compress resources (brotli, gzip)&lt;/li&gt;&lt;/ol&gt;&lt;li style=&quot;text-align: left;&quot;&gt;JS Performance&lt;/li&gt;&lt;ol&gt;&lt;li style=&quot;text-align: left;&quot;&gt;use web-worker (for formula parsing, other heavy task)&lt;/li&gt;&lt;li style=&quot;text-align: left;&quot;&gt;writing optimal JS code&lt;/li&gt;&lt;li style=&quot;text-align: left;&quot;&gt;Minify code&lt;/li&gt;&lt;li style=&quot;text-align: left;&quot;&gt;Load JS async/defer&lt;/li&gt;&lt;li style=&quot;text-align: left;&quot;&gt;remove un-used code (tree-shaking)&lt;/li&gt;&lt;/ol&gt;&lt;li style=&quot;text-align: left;&quot;&gt;Rendering Performance&lt;/li&gt;&lt;ol&gt;&lt;li style=&quot;text-align: left;&quot;&gt;show perception (loader)&lt;/li&gt;&lt;li style=&quot;text-align: left;&quot;&gt;load non-critical stuffs later&lt;/li&gt;&lt;li style=&quot;text-align: left;&quot;&gt;Direct update store/state from each individual cell and depend only on store for updates not on parent&#39;s component state&lt;/li&gt;&lt;li style=&quot;text-align: left;&quot;&gt;therefore direct O(1) cell updates instead of re-rendering every cells&lt;/li&gt;&lt;li style=&quot;text-align: left;&quot;&gt;prevent un-necessary re-renders using useCallback, useMemo, memo&lt;/li&gt;&lt;li style=&quot;text-align: left;&quot;&gt;Virtualisation&lt;/li&gt;&lt;/ol&gt;&lt;/ol&gt;" vertex="1">
-           <mxGeometry height="280" width="740" x="1170" y="610" as="geometry" />
+           <mxGeometry height="280" width="740" x="1290" y="787.5" as="geometry" />
        </mxCell>
        <mxCell id="v2OB34sA-GqR4EwWEd6K-57" parent="1" style="text;whiteSpace=wrap;html=1;" value="&lt;h1 style=&quot;caret-color: rgb(0, 0, 0); color: rgb(0, 0, 0); font-family: Helvetica; font-style: normal; font-variant-caps: normal; letter-spacing: normal; orphans: 2; text-align: left; text-indent: 0px; text-transform: none; white-space: normal; widows: 2; word-spacing: 0px; -webkit-text-stroke-width: 0px; text-decoration-line: none; text-decoration-thickness: auto; text-decoration-style: solid; margin-top: 0px;&quot;&gt;Accessibility&lt;/h1&gt;" vertex="1">
-           <mxGeometry height="40" width="255" x="1845" y="590" as="geometry" />
+           <mxGeometry height="40" width="205" x="1345" y="445" as="geometry" />
        </mxCell>
        <mxCell id="v2OB34sA-GqR4EwWEd6K-58" parent="1" style="text;html=1;whiteSpace=wrap;strokeColor=none;fillColor=none;align=left;verticalAlign=middle;rounded=0;autosize=1;resizable=0;" value="&lt;ol&gt;&lt;li style=&quot;&quot;&gt;tabIndex&lt;/li&gt;&lt;li style=&quot;&quot;&gt;keyboard shortcuts (like up, down, let, right arrow)&lt;/li&gt;&lt;li style=&quot;&quot;&gt;aria attributes&lt;/li&gt;&lt;li style=&quot;&quot;&gt;semantic HTML&lt;/li&gt;&lt;/ol&gt;" vertex="1">
-           <mxGeometry height="90" width="330" x="1830" y="635" as="geometry" />
+           <mxGeometry height="90" width="330" x="1330" y="490" as="geometry" />
        </mxCell>
        <mxCell id="v2OB34sA-GqR4EwWEd6K-59" parent="1" style="text;whiteSpace=wrap;html=1;" value="&lt;h1 style=&quot;caret-color: rgb(0, 0, 0); color: rgb(0, 0, 0); font-family: Helvetica; font-style: normal; font-variant-caps: normal; letter-spacing: normal; orphans: 2; text-align: left; text-indent: 0px; text-transform: none; white-space: normal; widows: 2; word-spacing: 0px; -webkit-text-stroke-width: 0px; text-decoration-line: none; text-decoration-thickness: auto; text-decoration-style: solid; margin-top: 0px;&quot;&gt;Availability&lt;/h1&gt;" vertex="1">
          <mxGeometry height="40" width="255" x="2195" y="600" as="geometry" />
        </mxCell>
        <mxCell id="v2OB34sA-GqR4EwWEd6K-60" parent="1" style="text;html=1;whiteSpace=wrap;strokeColor=none;fillColor=none;align=left;verticalAlign=middle;rounded=0;autosize=1;resizable=0;" value="&lt;ol&gt;&lt;li style=&quot;&quot;&gt;responsive across devices&lt;/li&gt;&lt;li style=&quot;&quot;&gt;offline mode (service worker)&lt;/li&gt;&lt;/ol&gt;" vertex="1">
          <mxGeometry height="70" width="220" x="2180" y="655" as="geometry" />
        </mxCell>
        <mxCell id="v2OB34sA-GqR4EwWEd6K-69" edge="1" parent="1" source="v2OB34sA-GqR4EwWEd6K-61" style="edgeStyle=orthogonalEdgeStyle;rounded=0;orthogonalLoop=1;jettySize=auto;html=1;" target="v2OB34sA-GqR4EwWEd6K-42">
          <mxGeometry relative="1" as="geometry" />
        </mxCell>
        <mxCell id="v2OB34sA-GqR4EwWEd6K-61" parent="1" style="ellipse;whiteSpace=wrap;html=1;aspect=fixed;" value="createGraph &amp;amp; checkCycle" vertex="1">
          <mxGeometry height="80" width="80" x="690" y="550" as="geometry" />
        </mxCell>
        <mxCell id="v2OB34sA-GqR4EwWEd6K-68" edge="1" parent="1" source="v2OB34sA-GqR4EwWEd6K-64" style="edgeStyle=orthogonalEdgeStyle;rounded=0;orthogonalLoop=1;jettySize=auto;html=1;" target="v2OB34sA-GqR4EwWEd6K-61">
          <mxGeometry relative="1" as="geometry" />
        </mxCell>
        <mxCell id="v2OB34sA-GqR4EwWEd6K-64" parent="1" style="ellipse;whiteSpace=wrap;html=1;aspect=fixed;" value="parseFormula()" vertex="1">
          <mxGeometry height="80" width="80" x="870" y="550" as="geometry" />
        </mxCell>
        <mxCell id="v2OB34sA-GqR4EwWEd6K-73" edge="1" parent="1" source="v2OB34sA-GqR4EwWEd6K-42" style="edgeStyle=orthogonalEdgeStyle;rounded=0;orthogonalLoop=1;jettySize=auto;html=1;" target="v2OB34sA-GqR4EwWEd6K-71" value="">
          <mxGeometry relative="1" as="geometry">
            <mxPoint x="810" y="710" as="sourcePoint" />
            <mxPoint x="1050" y="710" as="targetPoint" />
          </mxGeometry>
        </mxCell>
        <mxCell id="v2OB34sA-GqR4EwWEd6K-71" parent="1" style="ellipse;whiteSpace=wrap;html=1;aspect=fixed;" value="evaluateFormula" vertex="1">
          <mxGeometry height="100" width="100" x="800" y="725" as="geometry" />
        </mxCell>
        <mxCell id="v2OB34sA-GqR4EwWEd6K-76" parent="1" style="triangle;whiteSpace=wrap;html=1;" value="user types and press enter&amp;nbsp;&lt;div&gt;or remove focus (onBlur)&lt;/div&gt;" vertex="1">
          <mxGeometry height="145" width="130" x="1115" y="922.5" as="geometry" />
        </mxCell>
        <mxCell id="v2OB34sA-GqR4EwWEd6K-82" edge="1" parent="1" source="v2OB34sA-GqR4EwWEd6K-41" style="edgeStyle=orthogonalEdgeStyle;rounded=0;orthogonalLoop=1;jettySize=auto;html=1;entryX=0.875;entryY=0.5;entryDx=0;entryDy=0;entryPerimeter=0;exitX=1;exitY=0.5;exitDx=0;exitDy=0;exitPerimeter=0;" target="v2OB34sA-GqR4EwWEd6K-38">
          <mxGeometry relative="1" as="geometry" />
        </mxCell>
        <mxCell id="v2OB34sA-GqR4EwWEd6K-84" connectable="0" parent="v2OB34sA-GqR4EwWEd6K-82" style="edgeLabel;html=1;align=center;verticalAlign=middle;resizable=0;points=[];" value="updateSheetData" vertex="1">
          <mxGeometry relative="1" x="-0.0014" as="geometry">
            <mxPoint as="offset" />
          </mxGeometry>
        </mxCell>
        <mxCell id="JV3XtrX8DMK4ZQXM5kw7-2" edge="1" parent="1" source="v2OB34sA-GqR4EwWEd6K-76" style="edgeStyle=orthogonalEdgeStyle;rounded=0;orthogonalLoop=1;jettySize=auto;html=1;entryX=0.5;entryY=1;entryDx=0;entryDy=0;entryPerimeter=0;" target="v2OB34sA-GqR4EwWEd6K-41">
          <mxGeometry relative="1" as="geometry" />
        </mxCell>
      </root>
    </mxGraphModel>
  </diagram>
</mxfile>
